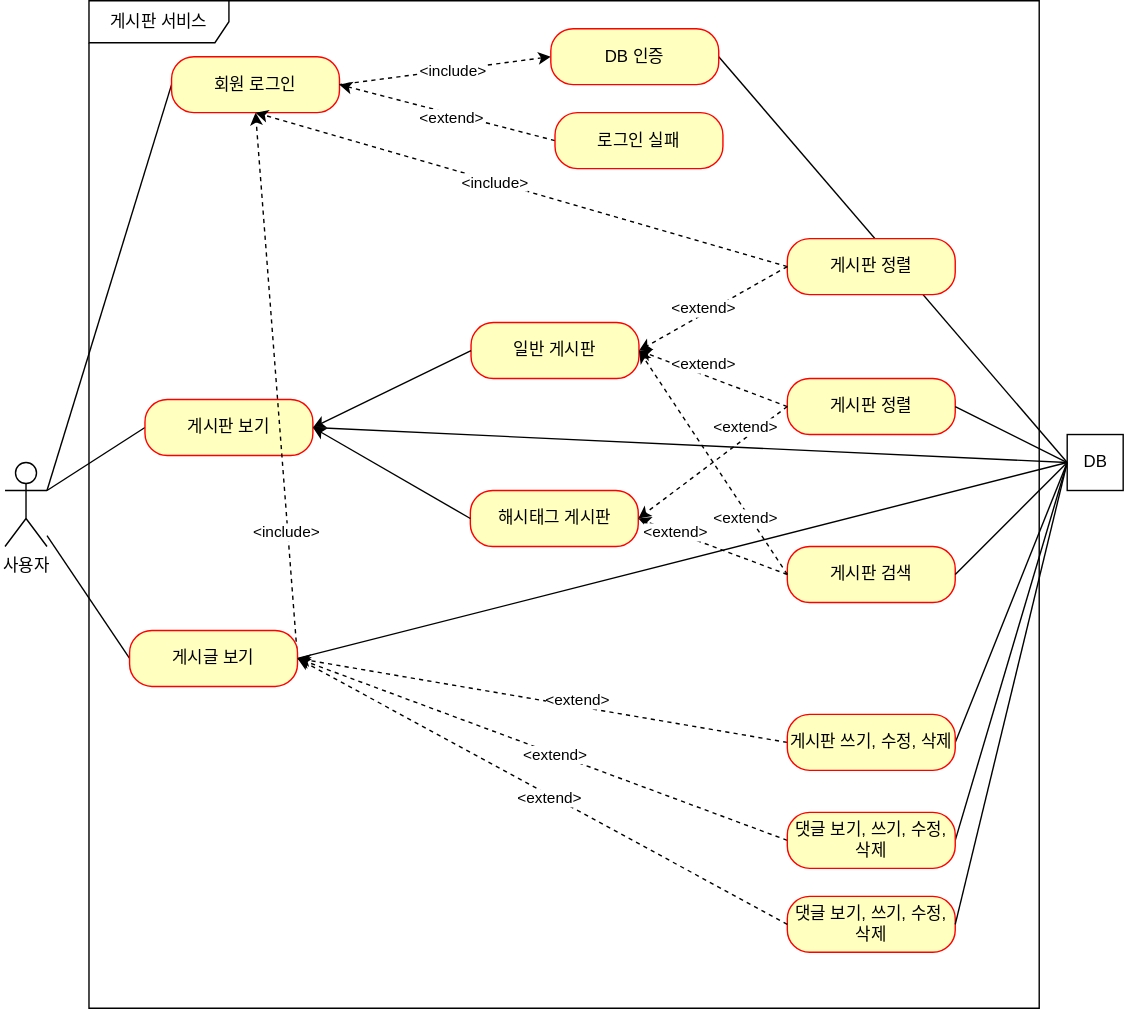
Above: document/use-case.svg in Swacker3927/fastcampus-board-project (draw.io), before the change. Source tidied: cells renumbered, new cells last; positions are measured from the earlier drawing's top-left corner, leaving out a move shared by most shapes.
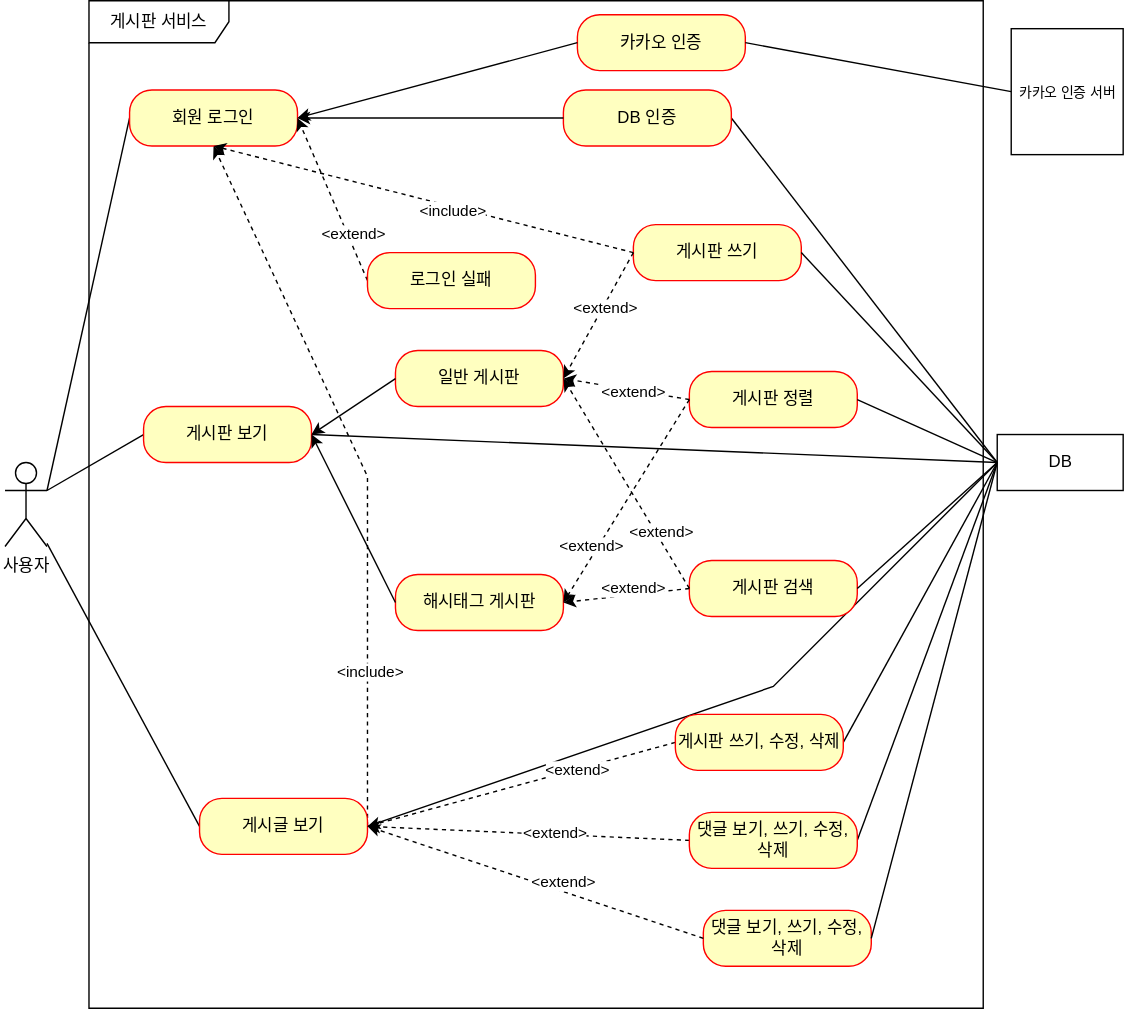
After the commit.

Commit message:
#36 - use-case.svg: 카카오 인증 유즈 케이스 추가

Diff of the diagram source:
```diff
@@ -6,7 +6,7 @@
       <mxGeometry y="330" width="30" height="60" as="geometry" />
     </mxCell>
     <mxCell id="3" value="게시판 서비스" style="shape=umlFrame;whiteSpace=wrap;html=1;width=100;height=30;" parent="1" vertex="1">
-      <mxGeometry x="60" width="679" height="720" as="geometry" />
+      <mxGeometry x="60" width="639" height="720" as="geometry" />
     </mxCell>
     <mxCell id="4" style="edgeStyle=none;rounded=0;jettySize=auto;html=1;exitX=0;exitY=0.5;exitDx=0;exitDy=0;startArrow=none;startFill=0;endArrow=none;endFill=0;entryX=1;entryY=0.3333333333333333;entryDx=0;entryDy=0;entryPerimeter=0;" parent="1" edge="1" source="6" target="2">
       <mxGeometry relative="1" as="geometry" />
@@ -15,56 +15,56 @@
       <mxGeometry relative="1" as="geometry" />
     </mxCell>
     <mxCell id="6" value="게시판 보기" style="rounded=1;whiteSpace=wrap;html=1;arcSize=40;fontColor=#000000;fillColor=#ffffc0;strokeColor=#ff0000;" parent="1" vertex="1">
-      <mxGeometry x="100" y="285" width="120" height="40" as="geometry" />
+      <mxGeometry x="99" y="290" width="120" height="40" as="geometry" />
     </mxCell>
     <mxCell id="7" style="edgeStyle=none;rounded=0;jettySize=auto;html=1;exitX=0;exitY=0.5;exitDx=0;exitDy=0;startArrow=none;startFill=0;endArrow=none;endFill=0;" parent="1" edge="1" source="10" target="2">
       <mxGeometry relative="1" as="geometry" />
     </mxCell>
     <mxCell id="8" style="edgeStyle=none;rounded=0;jettySize=auto;html=1;exitX=1;exitY=0.5;exitDx=0;exitDy=0;dashed=1;startArrow=none;startFill=0;endArrow=classic;endFill=1;entryX=0.5;entryY=1;entryDx=0;entryDy=0;" parent="1" edge="1" source="10" target="12">
-      <mxGeometry relative="1" as="geometry" />
+      <mxGeometry relative="1" as="geometry">
+        <Array as="points">
+          <mxPoint x="259" y="340" />
+        </Array>
+      </mxGeometry>
     </mxCell>
     <mxCell id="9" style="edgeStyle=none;rounded=0;jettySize=auto;html=1;exitX=1;exitY=0.5;exitDx=0;exitDy=0;entryX=0;entryY=0.5;entryDx=0;entryDy=0;endArrow=none;endFill=0;" parent="1" edge="1" source="10" target="28">
-      <mxGeometry relative="1" as="geometry" />
+      <mxGeometry relative="1" as="geometry">
+        <Array as="points">
+          <mxPoint x="549" y="490" />
+        </Array>
+      </mxGeometry>
     </mxCell>
     <mxCell id="10" value="게시글 보기" style="rounded=1;whiteSpace=wrap;html=1;arcSize=40;fontColor=#000000;fillColor=#ffffc0;strokeColor=#ff0000;" parent="1" vertex="1">
-      <mxGeometry x="89" y="450" width="120" height="40" as="geometry" />
+      <mxGeometry x="139" y="570" width="120" height="40" as="geometry" />
     </mxCell>
     <mxCell id="11" style="edgeStyle=none;rounded=0;jettySize=auto;html=1;exitX=0;exitY=0.5;exitDx=0;exitDy=0;startArrow=none;startFill=0;endArrow=none;endFill=0;entryX=1;entryY=0.3333333333333333;entryDx=0;entryDy=0;entryPerimeter=0;" parent="1" edge="1" source="12" target="2">
       <mxGeometry relative="1" as="geometry" />
     </mxCell>
     <mxCell id="12" value="회원 로그인" style="rounded=1;whiteSpace=wrap;html=1;arcSize=40;fontColor=#000000;fillColor=#ffffc0;strokeColor=#ff0000;" parent="1" vertex="1">
-      <mxGeometry x="119" y="40" width="120" height="40" as="geometry" />
+      <mxGeometry x="89" y="63.8" width="120" height="40" as="geometry" />
     </mxCell>
-    <mxCell id="13" style="edgeStyle=none;rounded=0;jettySize=auto;html=1;exitX=0;exitY=0.5;exitDx=0;exitDy=0;entryX=1;entryY=0.5;entryDx=0;entryDy=0;startArrow=classic;startFill=1;endArrow=none;endFill=0;dashed=1;" parent="1" edge="1" source="16" target="12">
-      <mxGeometry relative="1" as="geometry" />
-    </mxCell>
-    <mxCell id="14" value="&amp;lt;include&amp;gt;" style="edgeLabel;html=1;align=center;verticalAlign=middle;" parent="13" vertex="1">
-      <mxGeometry x="0.47" y="2" relative="1" as="geometry">
-        <mxPoint x="40" y="-7" as="offset" />
-      </mxGeometry>
-    </mxCell>
     <mxCell id="15" style="rounded=0;jettySize=auto;html=1;exitX=1;exitY=0.5;exitDx=0;exitDy=0;entryX=0;entryY=0.5;entryDx=0;entryDy=0;endArrow=none;endFill=0;" parent="1" edge="1" source="16" target="28">
       <mxGeometry relative="1" as="geometry" />
     </mxCell>
     <mxCell id="16" value="DB 인증" style="rounded=1;whiteSpace=wrap;html=1;arcSize=40;fontColor=#000000;fillColor=#ffffc0;strokeColor=#ff0000;" parent="1" vertex="1">
-      <mxGeometry x="390" y="20" width="120" height="40" as="geometry" />
+      <mxGeometry x="399" y="63.8" width="120" height="40" as="geometry" />
     </mxCell>
     <mxCell id="17" style="edgeStyle=none;rounded=0;jettySize=auto;html=1;exitX=0;exitY=0.5;exitDx=0;exitDy=0;startArrow=none;startFill=0;endArrow=classic;endFill=1;entryX=1;entryY=0.5;entryDx=0;entryDy=0;dashed=1;" parent="1" edge="1" source="19" target="12">
       <mxGeometry relative="1" as="geometry" />
     </mxCell>
     <mxCell id="18" value="&amp;lt;extend&amp;gt;" style="edgeLabel;html=1;align=center;verticalAlign=middle;" parent="17" vertex="1">
       <mxGeometry x="0.26" y="2" relative="1" as="geometry">
-        <mxPoint x="23" y="7" as="offset" />
+        <mxPoint x="23" y="38" as="offset" />
       </mxGeometry>
     </mxCell>
     <mxCell id="19" value="로그인 실패" style="rounded=1;whiteSpace=wrap;html=1;arcSize=40;fontColor=#000000;fillColor=#ffffc0;strokeColor=#ff0000;" parent="1" vertex="1">
-      <mxGeometry x="393" y="80" width="120" height="40" as="geometry" />
+      <mxGeometry x="259" y="180" width="120" height="40" as="geometry" />
     </mxCell>
     <mxCell id="20" value="게시판 정렬" style="rounded=1;whiteSpace=wrap;html=1;arcSize=40;fontColor=#000000;fillColor=#ffffc0;strokeColor=#ff0000;" parent="1" vertex="1">
-      <mxGeometry x="559" y="270" width="120" height="40" as="geometry" />
+      <mxGeometry x="489" y="265" width="120" height="40" as="geometry" />
     </mxCell>
     <mxCell id="21" value="게시판 검색" style="rounded=1;whiteSpace=wrap;html=1;arcSize=40;fontColor=#000000;fillColor=#ffffc0;strokeColor=#ff0000;" parent="1" vertex="1">
-      <mxGeometry x="559" y="390" width="120" height="40" as="geometry" />
+      <mxGeometry x="489" y="400" width="120" height="40" as="geometry" />
     </mxCell>
     <mxCell id="22" style="edgeStyle=none;rounded=0;jettySize=auto;html=1;exitX=0;exitY=0.5;exitDx=0;exitDy=0;entryX=1;entryY=0.5;entryDx=0;entryDy=0;dashed=1;startArrow=none;startFill=0;endArrow=classic;endFill=1;" parent="1" edge="1" source="24" target="10">
       <mxGeometry relative="1" as="geometry" />
@@ -73,7 +73,7 @@
       <mxGeometry relative="1" as="geometry" />
     </mxCell>
     <mxCell id="24" value="게시판 쓰기, 수정, 삭제" style="rounded=1;whiteSpace=wrap;html=1;arcSize=40;fontColor=#000000;fillColor=#ffffc0;strokeColor=#ff0000;" parent="1" vertex="1">
-      <mxGeometry x="559" y="510" width="120" height="40" as="geometry" />
+      <mxGeometry x="479" y="510" width="120" height="40" as="geometry" />
     </mxCell>
     <mxCell id="25" style="edgeStyle=none;rounded=0;jettySize=auto;html=1;exitX=0;exitY=0.5;exitDx=0;exitDy=0;entryX=1;entryY=0.5;entryDx=0;entryDy=0;dashed=1;startArrow=none;startFill=0;endArrow=classic;endFill=1;" parent="1" edge="1" source="27" target="10">
       <mxGeometry relative="1" as="geometry" />
@@ -82,13 +82,13 @@
       <mxGeometry relative="1" as="geometry" />
     </mxCell>
     <mxCell id="27" value="댓글 보기, 쓰기, 수정, 삭제" style="rounded=1;whiteSpace=wrap;html=1;arcSize=40;fontColor=#000000;fillColor=#ffffc0;strokeColor=#ff0000;" parent="1" vertex="1">
-      <mxGeometry x="559" y="580" width="120" height="40" as="geometry" />
+      <mxGeometry x="489" y="580" width="120" height="40" as="geometry" />
     </mxCell>
     <mxCell id="28" value="DB" style="html=1;" parent="1" vertex="1">
-      <mxGeometry x="759" y="310" width="40" height="40" as="geometry" />
+      <mxGeometry x="709" y="310" width="90" height="40" as="geometry" />
     </mxCell>
     <mxCell id="29" value="&amp;lt;include&amp;gt;" style="edgeLabel;html=1;align=center;verticalAlign=middle;" parent="1" vertex="1">
-      <mxGeometry x="239" y="420" as="geometry">
+      <mxGeometry x="299" y="520" as="geometry">
         <mxPoint x="-38" y="-41" as="offset" />
       </mxGeometry>
     </mxCell>
@@ -99,10 +99,10 @@
       <mxGeometry relative="1" as="geometry" />
     </mxCell>
     <mxCell id="32" value="일반&amp;nbsp;게시판" style="rounded=1;whiteSpace=wrap;html=1;arcSize=40;fontColor=#000000;fillColor=#ffffc0;strokeColor=#ff0000;" parent="1" vertex="1">
-      <mxGeometry x="333" y="230" width="120" height="40" as="geometry" />
+      <mxGeometry x="279" y="250" width="120" height="40" as="geometry" />
     </mxCell>
     <mxCell id="33" value="해시태그 게시판" style="rounded=1;whiteSpace=wrap;html=1;arcSize=40;fontColor=#000000;fillColor=#ffffc0;strokeColor=#ff0000;" parent="1" vertex="1">
-      <mxGeometry x="332.5" y="350" width="120" height="40" as="geometry" />
+      <mxGeometry x="279" y="410" width="120" height="40" as="geometry" />
     </mxCell>
     <mxCell id="34" style="endArrow=classic;html=1;rounded=0;entryX=1;entryY=0.5;entryDx=0;entryDy=0;exitX=0;exitY=0.5;exitDx=0;exitDy=0;" parent="1" edge="1" source="32" target="6">
       <mxGeometry relative="1" as="geometry" />
@@ -111,10 +111,10 @@
       <mxGeometry relative="1" as="geometry" />
     </mxCell>
     <mxCell id="36" value="&amp;lt;extend&amp;gt;" style="edgeLabel;html=1;align=center;verticalAlign=middle;" parent="1" vertex="1">
-      <mxGeometry x="409" y="500" as="geometry" />
+      <mxGeometry x="409" y="550" as="geometry" />
     </mxCell>
     <mxCell id="37" value="&amp;lt;extend&amp;gt;" style="edgeLabel;html=1;align=center;verticalAlign=middle;" parent="1" vertex="1">
-      <mxGeometry x="338.7" y="103.8" as="geometry">
+      <mxGeometry x="339" y="160" as="geometry">
         <mxPoint x="54" y="435" as="offset" />
       </mxGeometry>
     </mxCell>
@@ -122,28 +122,28 @@
       <mxGeometry relative="1" as="geometry" />
     </mxCell>
     <mxCell id="39" value="&amp;lt;extend&amp;gt;" style="edgeLabel;html=1;align=center;verticalAlign=middle;" parent="1" vertex="1">
-      <mxGeometry x="499" y="260" as="geometry" />
+      <mxGeometry x="449" y="280" as="geometry" />
     </mxCell>
     <mxCell id="40" style="endArrow=classic;html=1;rounded=0;dashed=1;exitX=0;exitY=0.5;exitDx=0;exitDy=0;entryX=1;entryY=0.5;entryDx=0;entryDy=0;" parent="1" edge="1" source="20" target="33">
       <mxGeometry relative="1" as="geometry" />
     </mxCell>
     <mxCell id="41" value="&amp;lt;extend&amp;gt;" style="edgeLabel;html=1;align=center;verticalAlign=middle;" parent="1" vertex="1">
-      <mxGeometry x="529" y="305" as="geometry" />
+      <mxGeometry x="419" y="390" as="geometry" />
     </mxCell>
     <mxCell id="42" style="endArrow=classic;html=1;rounded=0;dashed=1;exitX=0;exitY=0.5;exitDx=0;exitDy=0;entryX=1;entryY=0.5;entryDx=0;entryDy=0;" parent="1" edge="1" source="21" target="32">
       <mxGeometry relative="1" as="geometry" />
     </mxCell>
     <mxCell id="43" value="&amp;lt;extend&amp;gt;" style="edgeLabel;html=1;align=center;verticalAlign=middle;" parent="1" vertex="1">
-      <mxGeometry x="529" y="370" as="geometry" />
+      <mxGeometry x="469" y="380" as="geometry" />
     </mxCell>
     <mxCell id="44" style="endArrow=classic;html=1;rounded=0;dashed=1;exitX=0;exitY=0.5;exitDx=0;exitDy=0;entryX=1;entryY=0.5;entryDx=0;entryDy=0;" parent="1" edge="1" source="21" target="33">
       <mxGeometry relative="1" as="geometry" />
     </mxCell>
     <mxCell id="45" value="&amp;lt;extend&amp;gt;" style="edgeLabel;html=1;align=center;verticalAlign=middle;" parent="1" vertex="1">
-      <mxGeometry x="479" y="380" as="geometry" />
+      <mxGeometry x="449" y="420" as="geometry" />
     </mxCell>
-    <mxCell id="46" value="게시판 정렬" style="rounded=1;whiteSpace=wrap;html=1;arcSize=40;fontColor=#000000;fillColor=#ffffc0;strokeColor=#ff0000;" parent="1" vertex="1">
-      <mxGeometry x="559" y="170" width="120" height="40" as="geometry" />
+    <mxCell id="46" value="게시판 쓰기" style="rounded=1;whiteSpace=wrap;html=1;arcSize=40;fontColor=#000000;fillColor=#ffffc0;strokeColor=#ff0000;" parent="1" vertex="1">
+      <mxGeometry x="449" y="160" width="120" height="40" as="geometry" />
     </mxCell>
     <mxCell id="47" style="endArrow=classic;html=1;rounded=0;dashed=1;exitX=0;exitY=0.5;exitDx=0;exitDy=0;entryX=1;entryY=0.5;entryDx=0;entryDy=0;" parent="1" edge="1" source="46" target="32">
       <mxGeometry relative="1" as="geometry" />
@@ -152,13 +152,13 @@
       <mxGeometry relative="1" as="geometry" />
     </mxCell>
     <mxCell id="49" value="&amp;lt;include&amp;gt;" style="edgeLabel;html=1;align=center;verticalAlign=middle;" parent="1" vertex="1">
-      <mxGeometry x="349" y="130" as="geometry" />
+      <mxGeometry x="319" y="150" as="geometry" />
     </mxCell>
     <mxCell id="50" value="&amp;lt;extend&amp;gt;" style="edgeLabel;html=1;align=center;verticalAlign=middle;" parent="1" vertex="1">
-      <mxGeometry x="499" y="220" as="geometry" />
+      <mxGeometry x="429" y="220" as="geometry" />
     </mxCell>
     <mxCell id="51" value="댓글 보기, 쓰기, 수정, 삭제" style="rounded=1;whiteSpace=wrap;html=1;arcSize=40;fontColor=#000000;fillColor=#ffffc0;strokeColor=#ff0000;" parent="1" vertex="1">
-      <mxGeometry x="559" y="640" width="120" height="40" as="geometry" />
+      <mxGeometry x="499" y="650" width="120" height="40" as="geometry" />
     </mxCell>
     <mxCell id="52" style="endArrow=none;html=1;rounded=0;entryX=0;entryY=0.5;entryDx=0;entryDy=0;exitX=1;exitY=0.5;exitDx=0;exitDy=0;" parent="1" edge="1" source="51" target="28">
       <mxGeometry relative="1" as="geometry" />
@@ -167,7 +167,25 @@
       <mxGeometry relative="1" as="geometry" />
     </mxCell>
     <mxCell id="54" value="&amp;lt;extend&amp;gt;" style="edgeLabel;html=1;align=center;verticalAlign=middle;" parent="1" vertex="1">
-      <mxGeometry x="389" y="570" as="geometry" />
+      <mxGeometry x="399" y="630" as="geometry" />
     </mxCell>
+    <mxCell id="55" value="카카오 인증" style="rounded=1;whiteSpace=wrap;html=1;arcSize=40;fontColor=#000000;fillColor=#ffffc0;strokeColor=#ff0000;" parent="1" vertex="1">
+      <mxGeometry x="409" y="10" width="120" height="40" as="geometry" />
+    </mxCell>
+    <mxCell id="56" style="endArrow=none;html=1;rounded=0;exitX=1;exitY=0.5;exitDx=0;exitDy=0;entryX=0;entryY=0.5;entryDx=0;entryDy=0;startArrow=classic;startFill=1;" parent="1" edge="1" source="12" target="55">
+      <mxGeometry relative="1" as="geometry" />
+    </mxCell>
+    <mxCell id="57" value="&lt;font style=&quot;font-size: 10px;&quot;&gt;카카오 인증 서버&lt;/font&gt;" style="html=1;" parent="1" vertex="1">
+      <mxGeometry x="719" y="20" width="80" height="90" as="geometry" />
+    </mxCell>
+    <mxCell id="58" style="endArrow=none;html=1;rounded=0;exitX=1;exitY=0.5;exitDx=0;exitDy=0;entryX=0;entryY=0.5;entryDx=0;entryDy=0;" parent="1" edge="1" source="55" target="57">
+      <mxGeometry relative="1" as="geometry" />
+    </mxCell>
+    <mxCell id="13" style="endArrow=classic;html=1;rounded=0;entryX=1;entryY=0.5;entryDx=0;entryDy=0;exitX=0;exitY=0.5;exitDx=0;exitDy=0;" parent="1" edge="1" source="16" target="12">
+      <mxGeometry relative="1" as="geometry" />
+    </mxCell>
+    <mxCell id="59" style="endArrow=none;html=1;rounded=0;entryX=0;entryY=0.5;entryDx=0;entryDy=0;exitX=1;exitY=0.5;exitDx=0;exitDy=0;" parent="1" edge="1" source="46" target="28">
+      <mxGeometry relative="1" as="geometry" />
+    </mxCell>
   </root>
 </mxGraphModel>
```
